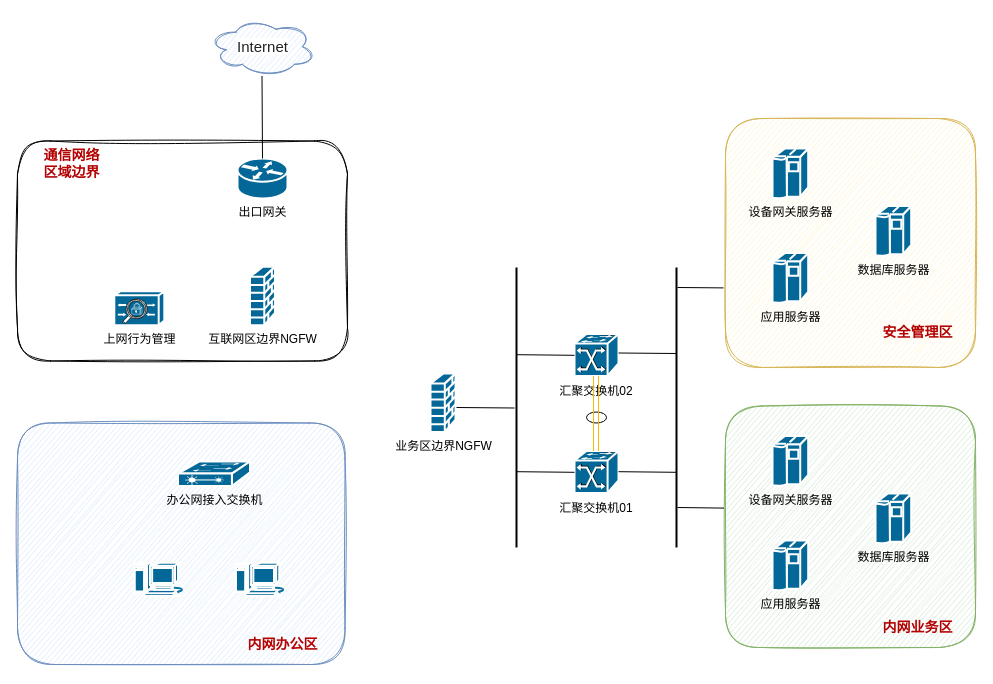
Above: 充电桩三级等保拓扑图.drawio in LingClassmate/diagrams (draw.io), before the change. Source tidied: cells renumbered, new cells numbered last; positions are measured from the earlier drawing's top-left corner, leaving out a move shared by most shapes. Both pictures are drawn from the tidied source at 100%, with x=0, y=0 at pixel (17, 17).
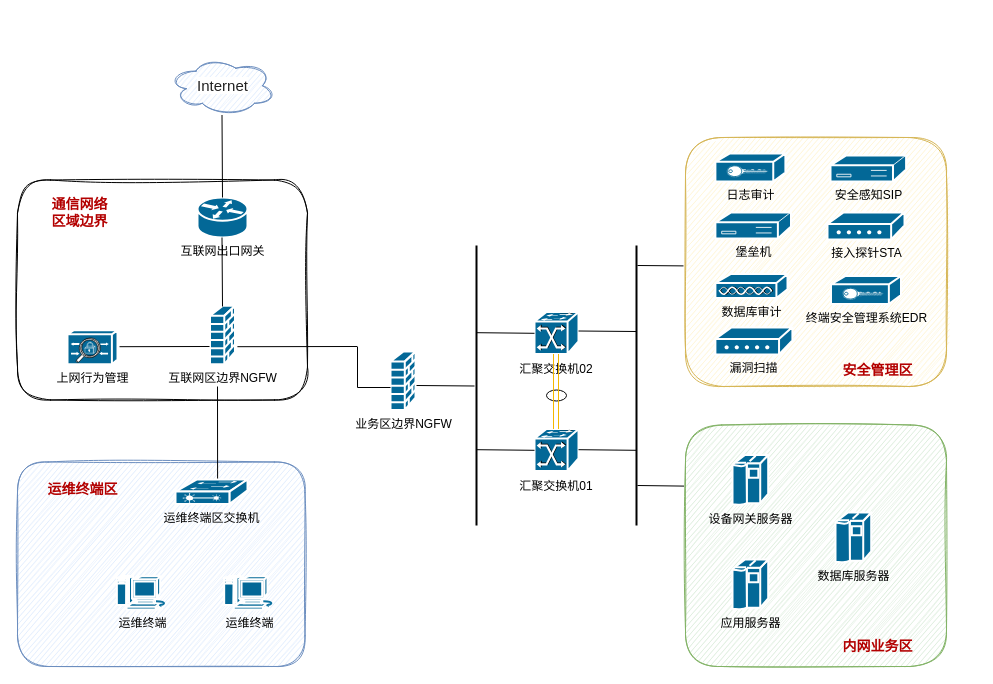
The same diagram, later.

Commit message:
更新充电桩三级等保拓扑图.drawio

Diff of the diagram source:
```diff
@@
     <mxCell id="2" style="rounded=1;whiteSpace=wrap;html=1;sketch=1;fillColor=#dae8fc;strokeColor=#6c8ebf;shadow=0;" parent="1" vertex="1">
-      <mxGeometry y="405.5" width="327.5" height="241.5" as="geometry" />
+      <mxGeometry y="444.5" width="287.5" height="204.5" as="geometry" />
     </mxCell>
     <mxCell id="3" style="rounded=1;whiteSpace=wrap;html=1;shadow=0;sketch=1;curveFitting=1;jiggle=2;" parent="1" vertex="1">
-      <mxGeometry y="123.5" width="330" height="220" as="geometry" />
+      <mxGeometry y="162.5" width="290" height="220" as="geometry" />
     </mxCell>
-    <mxCell id="4" value="出口网关" style="shape=mxgraph.cisco.routers.router;html=1;dashed=0;fillColor=#036897;strokeColor=#ffffff;strokeWidth=2;verticalLabelPosition=bottom;verticalAlign=top;align=center;outlineConnect=0;" parent="1" vertex="1">
-      <mxGeometry x="220" y="141" width="50" height="40" as="geometry" />
+    <mxCell id="4" value="互联网出口网关" style="shape=mxgraph.cisco.routers.router;html=1;dashed=0;fillColor=#036897;strokeColor=#ffffff;strokeWidth=2;verticalLabelPosition=bottom;verticalAlign=top;align=center;outlineConnect=0;" parent="1" vertex="1">
+      <mxGeometry x="180" y="180" width="50" height="40" as="geometry" />
     </mxCell>
     <mxCell id="5" value="上网行为管理" style="shape=mxgraph.cisco.misc.acs;html=1;dashed=0;fillColor=#036897;strokeColor=#ffffff;strokeWidth=2;verticalLabelPosition=bottom;verticalAlign=top;align=center;" parent="1" vertex="1">
-      <mxGeometry x="96.8" y="273.8" width="50" height="34" as="geometry" />
+      <mxGeometry x="50" y="312.8" width="50" height="34" as="geometry" />
     </mxCell>
     <mxCell id="6" value="&lt;span style=&quot;color: rgb(34, 34, 34); font-family: Arial, sans-serif; font-size: 15px; text-align: start; background-color: rgb(255, 255, 255);&quot;&gt;Internet&lt;/span&gt;" style="ellipse;shape=cloud;whiteSpace=wrap;html=1;shadow=0;sketch=1;fontSize=15;strokeColor=#6c8ebf;fillColor=#dae8fc;" parent="1" vertex="1">
-      <mxGeometry x="191.8" width="106.5" height="58.5" as="geometry" />
+      <mxGeometry x="151.8" y="39" width="106.5" height="58.5" as="geometry" />
     </mxCell>
     <mxCell id="7" style="rounded=1;whiteSpace=wrap;html=1;sketch=1;fillColor=#d5e8d4;strokeColor=#82b366;shadow=0;" parent="1" vertex="1">
-      <mxGeometry x="708" y="388.5" width="250" height="241.5" as="geometry" />
+      <mxGeometry x="668" y="407.5" width="261" height="241.5" as="geometry" />
     </mxCell>
     <mxCell id="8" value="内网业务区" style="text;html=1;strokeColor=none;fillColor=none;align=center;verticalAlign=middle;whiteSpace=wrap;rounded=0;sketch=1;fontColor=#B30000;fontSize=14;fontStyle=1;" parent="1" vertex="1">
-      <mxGeometry x="858" y="595" width="85" height="30" as="geometry" />
+      <mxGeometry x="818" y="614" width="85" height="30" as="geometry" />
     </mxCell>
     <mxCell id="9" style="endArrow=none;html=1;rounded=0;strokeWidth=2;" parent="1" edge="1">
       <mxGeometry relative="1" as="geometry">
-        <mxPoint x="659" y="530" as="sourcePoint" />
-        <mxPoint x="659" y="250" as="targetPoint" />
+        <mxPoint x="619" y="508" as="sourcePoint" />
+        <mxPoint x="619" y="228" as="targetPoint" />
       </mxGeometry>
     </mxCell>
     <mxCell id="10" value="应用服务器" style="shape=mxgraph.cisco.computers_and_peripherals.ibm_mainframe;sketch=0;html=1;dashed=0;fillColor=#036897;strokeColor=#ffffff;strokeWidth=2;verticalLabelPosition=bottom;verticalAlign=top;align=center;shadow=0;fontSize=12;" parent="1" vertex="1">
-      <mxGeometry x="755" y="523" width="35.7" height="50" as="geometry" />
+      <mxGeometry x="715" y="542" width="35.7" height="50" as="geometry" />
     </mxCell>
     <mxCell id="11" value="设备网关服务器" style="shape=mxgraph.cisco.computers_and_peripherals.ibm_mainframe;sketch=0;html=1;dashed=0;fillColor=#036897;strokeColor=#ffffff;strokeWidth=2;verticalLabelPosition=bottom;verticalAlign=top;align=center;shadow=0;fontSize=12;" parent="1" vertex="1">
-      <mxGeometry x="755" y="418.5" width="35.7" height="50" as="geometry" />
+      <mxGeometry x="715" y="437.5" width="35.7" height="50" as="geometry" />
     </mxCell>
     <mxCell id="12" value="数据库服务器" style="shape=mxgraph.cisco.computers_and_peripherals.ibm_mainframe;sketch=0;html=1;dashed=0;fillColor=#036897;strokeColor=#ffffff;strokeWidth=2;verticalLabelPosition=bottom;verticalAlign=top;align=center;shadow=0;fontSize=12;" parent="1" vertex="1">
-      <mxGeometry x="858" y="476" width="35.7" height="50" as="geometry" />
+      <mxGeometry x="818" y="495" width="35.7" height="50" as="geometry" />
     </mxCell>
-    <mxCell id="13" style="shape=mxgraph.cisco.computers_and_peripherals.macintosh;sketch=0;html=1;dashed=0;fillColor=#036897;strokeColor=#ffffff;strokeWidth=2;verticalLabelPosition=bottom;verticalAlign=top;align=center;shadow=0;fontSize=12;" parent="1" vertex="1">
-      <mxGeometry x="117" y="545" width="51.8" height="33.5" as="geometry" />
+    <mxCell id="13" value="运维终端" style="shape=mxgraph.cisco.computers_and_peripherals.macintosh;sketch=0;html=1;dashed=0;fillColor=#036897;strokeColor=#ffffff;strokeWidth=2;verticalLabelPosition=bottom;verticalAlign=top;align=center;shadow=0;fontSize=12;" parent="1" vertex="1">
+      <mxGeometry x="99.1" y="558.5" width="51.8" height="33.5" as="geometry" />
     </mxCell>
-    <mxCell id="14" value="内网办公区" style="text;html=1;strokeColor=none;fillColor=none;align=center;verticalAlign=middle;whiteSpace=wrap;rounded=0;sketch=1;fontColor=#B30000;fontSize=14;fontStyle=1;" parent="1" vertex="1">
-      <mxGeometry x="220" y="612" width="91" height="30" as="geometry" />
+    <mxCell id="14" value="运维终端区" style="text;html=1;strokeColor=none;fillColor=none;align=center;verticalAlign=middle;whiteSpace=wrap;rounded=0;sketch=1;fontColor=#B30000;fontSize=14;fontStyle=1;" parent="1" vertex="1">
+      <mxGeometry x="20" y="456.5" width="91" height="30" as="geometry" />
     </mxCell>
-    <mxCell id="15" style="shape=mxgraph.cisco.computers_and_peripherals.macintosh;sketch=0;html=1;dashed=0;fillColor=#036897;strokeColor=#ffffff;strokeWidth=2;verticalLabelPosition=bottom;verticalAlign=top;align=center;shadow=0;fontSize=12;" parent="1" vertex="1">
-      <mxGeometry x="218.2" y="545" width="51.8" height="33.5" as="geometry" />
+    <mxCell id="15" value="运维终端" style="shape=mxgraph.cisco.computers_and_peripherals.macintosh;sketch=0;html=1;dashed=0;fillColor=#036897;strokeColor=#ffffff;strokeWidth=2;verticalLabelPosition=bottom;verticalAlign=top;align=center;shadow=0;fontSize=12;" parent="1" vertex="1">
+      <mxGeometry x="206.4" y="558.5" width="51.8" height="33.5" as="geometry" />
     </mxCell>
     <mxCell id="16" value="业务区边界NGFW" style="shape=mxgraph.cisco.security.firewall;html=1;dashed=0;fillColor=#036897;strokeColor=#ffffff;strokeWidth=2;verticalLabelPosition=bottom;verticalAlign=top;align=center;" parent="1" vertex="1">
-      <mxGeometry x="413" y="356" width="25" height="58.5" as="geometry" />
+      <mxGeometry x="373" y="334" width="25" height="58.5" as="geometry" />
     </mxCell>
     <mxCell id="17" style="ellipse;whiteSpace=wrap;html=1;" parent="1" vertex="1">
-      <mxGeometry x="569" y="394.5" width="20" height="11" as="geometry" />
+      <mxGeometry x="529" y="372.5" width="20" height="11" as="geometry" />
     </mxCell>
     <mxCell id="18" style="shape=mxgraph.cisco.switches.atm_fast_gigabit_etherswitch;sketch=0;html=1;dashed=0;fillColor=#036897;strokeColor=#ffffff;strokeWidth=2;verticalLabelPosition=bottom;verticalAlign=top;align=center;fontColor=#000000;" parent="1" vertex="1">
-      <mxGeometry x="557" y="433.5" width="44" height="42" as="geometry" />
+      <mxGeometry x="517" y="411.5" width="44" height="42" as="geometry" />
     </mxCell>
     <mxCell id="19" style="shape=mxgraph.cisco.switches.atm_fast_gigabit_etherswitch;sketch=0;html=1;dashed=0;fillColor=#036897;strokeColor=#ffffff;strokeWidth=2;verticalLabelPosition=bottom;verticalAlign=top;align=center;fontColor=#000000;" parent="1" vertex="1">
-      <mxGeometry x="557" y="316.5" width="44" height="42" as="geometry" />
+      <mxGeometry x="517" y="294.5" width="44" height="42" as="geometry" />
     </mxCell>
     <mxCell id="20" value="汇聚交换机01" style="text;html=1;strokeColor=none;fillColor=none;align=center;verticalAlign=middle;whiteSpace=wrap;rounded=0;sketch=1;fontColor=#000000;" parent="1" vertex="1">
-      <mxGeometry x="529" y="475.5" width="100" height="30" as="geometry" />
+      <mxGeometry x="489" y="453.5" width="100" height="30" as="geometry" />
     </mxCell>
     <mxCell id="21" value="汇聚交换机02" style="text;html=1;strokeColor=none;fillColor=none;align=center;verticalAlign=middle;whiteSpace=wrap;rounded=0;sketch=1;fontColor=#000000;" parent="1" vertex="1">
-      <mxGeometry x="529" y="358.5" width="100" height="30" as="geometry" />
+      <mxGeometry x="489" y="336.5" width="100" height="30" as="geometry" />
     </mxCell>
     <mxCell id="22" style="shape=mxgraph.cisco.switches.atm_fast_gigabit_etherswitch;sketch=0;html=1;dashed=0;fillColor=#036897;strokeColor=#ffffff;strokeWidth=2;verticalLabelPosition=bottom;verticalAlign=top;align=center;fontColor=#000000;" parent="1" vertex="1">
-      <mxGeometry x="557" y="316.5" width="44" height="42" as="geometry" />
+      <mxGeometry x="517" y="294.5" width="44" height="42" as="geometry" />
     </mxCell>
     <mxCell id="23" style="endArrow=none;html=1;rounded=0;exitX=0.5;exitY=0;exitDx=0;exitDy=0;exitPerimeter=0;entryX=0.5;entryY=0;entryDx=0;entryDy=0;strokeColor=#F5B800;" parent="1" edge="1">
       <mxGeometry relative="1" as="geometry">
-        <mxPoint x="576" y="433.5" as="sourcePoint" />
-        <mxPoint x="576" y="358.5" as="targetPoint" />
+        <mxPoint x="536" y="411.5" as="sourcePoint" />
+        <mxPoint x="536" y="336.5" as="targetPoint" />
       </mxGeometry>
     </mxCell>
     <mxCell id="24" style="endArrow=none;html=1;rounded=0;exitX=0.5;exitY=0;exitDx=0;exitDy=0;exitPerimeter=0;entryX=0.5;entryY=0;entryDx=0;entryDy=0;strokeColor=#F5B800;" parent="1" edge="1">
       <mxGeometry relative="1" as="geometry">
-        <mxPoint x="581" y="433.5" as="sourcePoint" />
-        <mxPoint x="581" y="358.5" as="targetPoint" />
+        <mxPoint x="541" y="411.5" as="sourcePoint" />
+        <mxPoint x="541" y="336.5" as="targetPoint" />
       </mxGeometry>
     </mxCell>
     <mxCell id="25" value="互联网区边界NGFW" style="shape=mxgraph.cisco.security.firewall;html=1;dashed=0;fillColor=#036897;strokeColor=#ffffff;strokeWidth=2;verticalLabelPosition=bottom;verticalAlign=top;align=center;" parent="1" vertex="1">
-      <mxGeometry x="232.5" y="249.2" width="25" height="58.5" as="geometry" />
+      <mxGeometry x="192.5" y="288.2" width="25" height="58.5" as="geometry" />
     </mxCell>
     <mxCell id="26" style="endArrow=none;html=1;rounded=0;" parent="1" edge="1">
       <mxGeometry relative="1" as="geometry">
-        <mxPoint x="601" y="335.5" as="sourcePoint" />
-        <mxPoint x="659" y="336" as="targetPoint" />
+        <mxPoint x="561" y="313.5" as="sourcePoint" />
+        <mxPoint x="619" y="314" as="targetPoint" />
       </mxGeometry>
     </mxCell>
     <mxCell id="27" style="endArrow=none;html=1;rounded=0;" parent="1" edge="1">
       <mxGeometry relative="1" as="geometry">
-        <mxPoint x="601" y="454.2" as="sourcePoint" />
-        <mxPoint x="659" y="454.8" as="targetPoint" />
+        <mxPoint x="561" y="432.2" as="sourcePoint" />
+        <mxPoint x="619" y="432.8" as="targetPoint" />
       </mxGeometry>
     </mxCell>
     <mxCell id="28" style="endArrow=none;html=1;rounded=0;strokeWidth=2;" parent="1" edge="1">
       <mxGeometry relative="1" as="geometry">
-        <mxPoint x="499" y="530" as="sourcePoint" />
-        <mxPoint x="499" y="250" as="targetPoint" />
+        <mxPoint x="459" y="508" as="sourcePoint" />
+        <mxPoint x="459" y="228" as="targetPoint" />
       </mxGeometry>
     </mxCell>
     <mxCell id="29" style="endArrow=none;html=1;rounded=0;" parent="1" edge="1">
       <mxGeometry relative="1" as="geometry">
-        <mxPoint x="499" y="337.2" as="sourcePoint" />
-        <mxPoint x="557" y="337.8" as="targetPoint" />
+        <mxPoint x="459" y="315.2" as="sourcePoint" />
+        <mxPoint x="517" y="315.8" as="targetPoint" />
       </mxGeometry>
     </mxCell>
     <mxCell id="30" style="endArrow=none;html=1;rounded=0;" parent="1" edge="1">
       <mxGeometry relative="1" as="geometry">
-        <mxPoint x="499" y="454.2" as="sourcePoint" />
-        <mxPoint x="557" y="454.8" as="targetPoint" />
+        <mxPoint x="459" y="432.2" as="sourcePoint" />
+        <mxPoint x="517" y="432.8" as="targetPoint" />
       </mxGeometry>
     </mxCell>
     <mxCell id="31" style="endArrow=none;html=1;rounded=0;" parent="1" edge="1">
       <mxGeometry relative="1" as="geometry">
-        <mxPoint x="439" y="390" as="sourcePoint" />
-        <mxPoint x="497" y="390.5" as="targetPoint" />
+        <mxPoint x="399" y="368" as="sourcePoint" />
+        <mxPoint x="457" y="368.5" as="targetPoint" />
       </mxGeometry>
     </mxCell>
     <mxCell id="32" style="rounded=1;whiteSpace=wrap;html=1;sketch=1;fillColor=#fff2cc;strokeColor=#d6b656;shadow=0;" parent="1" vertex="1">
-      <mxGeometry x="708" y="101" width="250" height="249" as="geometry" />
+      <mxGeometry x="668" y="120" width="261" height="249" as="geometry" />
     </mxCell>
     <mxCell id="33" value="安全管理区" style="text;html=1;strokeColor=none;fillColor=none;align=center;verticalAlign=middle;whiteSpace=wrap;rounded=0;sketch=1;fontColor=#B30000;fontSize=14;fontStyle=1;" parent="1" vertex="1">
-      <mxGeometry x="858" y="300" width="85" height="30" as="geometry" />
+      <mxGeometry x="818" y="338" width="85" height="30" as="geometry" />
     </mxCell>
-    <mxCell id="34" value="应用服务器" style="shape=mxgraph.cisco.computers_and_peripherals.ibm_mainframe;sketch=0;html=1;dashed=0;fillColor=#036897;strokeColor=#ffffff;strokeWidth=2;verticalLabelPosition=bottom;verticalAlign=top;align=center;shadow=0;fontSize=12;" parent="1" vertex="1">
-      <mxGeometry x="755" y="235.5" width="35.7" height="50" as="geometry" />
-    </mxCell>
-    <mxCell id="35" value="设备网关服务器" style="shape=mxgraph.cisco.computers_and_peripherals.ibm_mainframe;sketch=0;html=1;dashed=0;fillColor=#036897;strokeColor=#ffffff;strokeWidth=2;verticalLabelPosition=bottom;verticalAlign=top;align=center;shadow=0;fontSize=12;" parent="1" vertex="1">
-      <mxGeometry x="755" y="131" width="35.7" height="50" as="geometry" />
-    </mxCell>
-    <mxCell id="36" value="数据库服务器" style="shape=mxgraph.cisco.computers_and_peripherals.ibm_mainframe;sketch=0;html=1;dashed=0;fillColor=#036897;strokeColor=#ffffff;strokeWidth=2;verticalLabelPosition=bottom;verticalAlign=top;align=center;shadow=0;fontSize=12;" parent="1" vertex="1">
-      <mxGeometry x="858" y="188.5" width="35.7" height="50" as="geometry" />
-    </mxCell>
     <mxCell id="37" style="endArrow=none;html=1;rounded=0;entryX=-0.01;entryY=0.169;entryDx=0;entryDy=0;entryPerimeter=0;" parent="1" edge="1">
       <mxGeometry relative="1" as="geometry">
-        <mxPoint x="660" y="490" as="sourcePoint" />
-        <mxPoint x="706.5" y="490.6" as="targetPoint" />
+        <mxPoint x="620" y="468" as="sourcePoint" />
+        <mxPoint x="666.5" y="468.6" as="targetPoint" />
       </mxGeometry>
     </mxCell>
     <mxCell id="38" style="endArrow=none;html=1;rounded=0;entryX=-0.01;entryY=0.169;entryDx=0;entryDy=0;entryPerimeter=0;" parent="1" edge="1">
       <mxGeometry relative="1" as="geometry">
-        <mxPoint x="660" y="270" as="sourcePoint" />
-        <mxPoint x="706" y="270.4" as="targetPoint" />
+        <mxPoint x="620" y="248" as="sourcePoint" />
+        <mxPoint x="666" y="248.4" as="targetPoint" />
       </mxGeometry>
     </mxCell>
     <mxCell id="39" value="通信网络&lt;br&gt;区域边界" style="text;html=1;strokeColor=none;fillColor=none;align=center;verticalAlign=middle;whiteSpace=wrap;rounded=0;sketch=1;fontColor=#B30000;fontSize=14;fontStyle=1;" parent="1" vertex="1">
-      <mxGeometry x="11.8" y="131" width="85" height="30" as="geometry" />
+      <mxGeometry x="20" y="180" width="85" height="30" as="geometry" />
     </mxCell>
-    <mxCell id="40" value="办公网接入交换机" style="shape=mxgraph.cisco.switches.layer_2_remote_switch;sketch=0;html=1;dashed=0;fillColor=#036897;strokeColor=#ffffff;strokeWidth=2;verticalLabelPosition=bottom;verticalAlign=top;align=center;" parent="1" vertex="1">
-      <mxGeometry x="160.5" y="444" width="72" height="24.5" as="geometry" />
+    <mxCell id="40" value="运维终端区交换机" style="shape=mxgraph.cisco.switches.layer_2_remote_switch;sketch=0;html=1;dashed=0;fillColor=#036897;strokeColor=#ffffff;strokeWidth=2;verticalLabelPosition=bottom;verticalAlign=top;align=center;" parent="1" vertex="1">
+      <mxGeometry x="158" y="462" width="72" height="24.5" as="geometry" />
     </mxCell>
     <mxCell id="41" style="endArrow=none;html=1;rounded=0;entryX=0.5;entryY=0;entryDx=0;entryDy=0;entryPerimeter=0;" parent="1" edge="1" target="4">
       <mxGeometry relative="1" as="geometry">
-        <mxPoint x="244.5" y="58.5" as="sourcePoint" />
+        <mxPoint x="204.5" y="97.5" as="sourcePoint" />
       </mxGeometry>
     </mxCell>
+    <mxCell id="42" style="endArrow=none;html=1;rounded=0;entryX=0.697;entryY=0.757;entryDx=0;entryDy=0;entryPerimeter=0;" parent="1" edge="1">
+      <mxGeometry relative="1" as="geometry">
+        <mxPoint x="102" y="329.2" as="sourcePoint" />
+        <mxPoint x="192" y="329" as="targetPoint" />
+      </mxGeometry>
+    </mxCell>
+    <mxCell id="43" style="endArrow=none;html=1;rounded=0;" parent="1" edge="1">
+      <mxGeometry relative="1" as="geometry">
+        <mxPoint x="204.5" y="220" as="sourcePoint" />
+        <mxPoint x="205" y="289" as="targetPoint" />
+      </mxGeometry>
+    </mxCell>
+    <mxCell id="44" style="endArrow=none;html=1;rounded=0;" parent="1" edge="1">
+      <mxGeometry relative="1" as="geometry">
+        <mxPoint x="219.9" y="329.2" as="sourcePoint" />
+        <mxPoint x="340" y="329" as="targetPoint" />
+      </mxGeometry>
+    </mxCell>
+    <mxCell id="45" style="endArrow=none;html=1;rounded=0;" parent="1" edge="1">
+      <mxGeometry relative="1" as="geometry">
+        <mxPoint x="340" y="329.5" as="sourcePoint" />
+        <mxPoint x="340" y="370" as="targetPoint" />
+      </mxGeometry>
+    </mxCell>
+    <mxCell id="46" style="endArrow=none;html=1;rounded=0;" parent="1" edge="1">
+      <mxGeometry relative="1" as="geometry">
+        <mxPoint x="340" y="370" as="sourcePoint" />
+        <mxPoint x="373" y="370" as="targetPoint" />
+      </mxGeometry>
+    </mxCell>
+    <mxCell id="47" style="endArrow=none;html=1;rounded=0;entryX=0.733;entryY=0.071;entryDx=0;entryDy=0;entryPerimeter=0;" parent="1" edge="1">
+      <mxGeometry relative="1" as="geometry">
+        <mxPoint x="200" y="369" as="sourcePoint" />
+        <mxPoint x="200.1" y="461" as="targetPoint" />
+      </mxGeometry>
+    </mxCell>
+    <mxCell id="48" value="日志审计" style="shape=mxgraph.cisco.hubs_and_gateways.vpn_gateway;html=1;dashed=0;fillColor=#036897;strokeColor=#ffffff;strokeWidth=2;verticalLabelPosition=bottom;verticalAlign=top;align=center;" parent="1" vertex="1">
+      <mxGeometry x="697.9" y="136" width="70" height="28" as="geometry" />
+    </mxCell>
+    <mxCell id="49" value="堡垒机" style="shape=mxgraph.cisco.controllers_and_modules.3174_(desktop)_cluster_controller;sketch=0;html=1;dashed=0;fillColor=#036897;strokeColor=#ffffff;strokeWidth=2;verticalLabelPosition=bottom;verticalAlign=top;align=center;" parent="1" vertex="1">
+      <mxGeometry x="697.9" y="195" width="75.6" height="26" as="geometry" />
+    </mxCell>
+    <mxCell id="50" value="数据库审计" style="shape=mxgraph.cisco.misc.access_point;sketch=0;html=1;dashed=0;fillColor=#036897;strokeColor=#ffffff;strokeWidth=2;verticalLabelPosition=bottom;verticalAlign=top;align=center;" parent="1" vertex="1">
+      <mxGeometry x="697.9" y="256.5" width="72.1" height="24.5" as="geometry" />
+    </mxCell>
+    <mxCell id="51" value="漏洞扫描" style="shape=mxgraph.cisco.modems_and_phones.modem;sketch=0;html=1;dashed=0;fillColor=#036897;strokeColor=#ffffff;strokeWidth=2;verticalLabelPosition=bottom;verticalAlign=top;align=center;" parent="1" vertex="1">
+      <mxGeometry x="697.9" y="310" width="77" height="27" as="geometry" />
+    </mxCell>
+    <mxCell id="52" value="安全感知SIP" style="shape=mxgraph.cisco.controllers_and_modules.3174_(desktop)_cluster_controller;sketch=0;html=1;dashed=0;fillColor=#036897;strokeColor=#ffffff;strokeWidth=2;verticalLabelPosition=bottom;verticalAlign=top;align=center;" parent="1" vertex="1">
+      <mxGeometry x="813" y="138" width="75.6" height="26" as="geometry" />
+    </mxCell>
+    <mxCell id="53" value="接入探针STA" style="shape=mxgraph.cisco.modems_and_phones.modem;sketch=0;html=1;dashed=0;fillColor=#036897;strokeColor=#ffffff;strokeWidth=2;verticalLabelPosition=bottom;verticalAlign=top;align=center;" parent="1" vertex="1">
+      <mxGeometry x="810" y="195" width="77" height="27" as="geometry" />
+    </mxCell>
+    <mxCell id="54" value="终端安全管理系统EDR" style="shape=mxgraph.cisco.hubs_and_gateways.vpn_gateway;html=1;dashed=0;fillColor=#036897;strokeColor=#ffffff;strokeWidth=2;verticalLabelPosition=bottom;verticalAlign=top;align=center;" parent="1" vertex="1">
+      <mxGeometry x="813.5" y="258.5" width="70" height="28" as="geometry" />
+    </mxCell>
```
